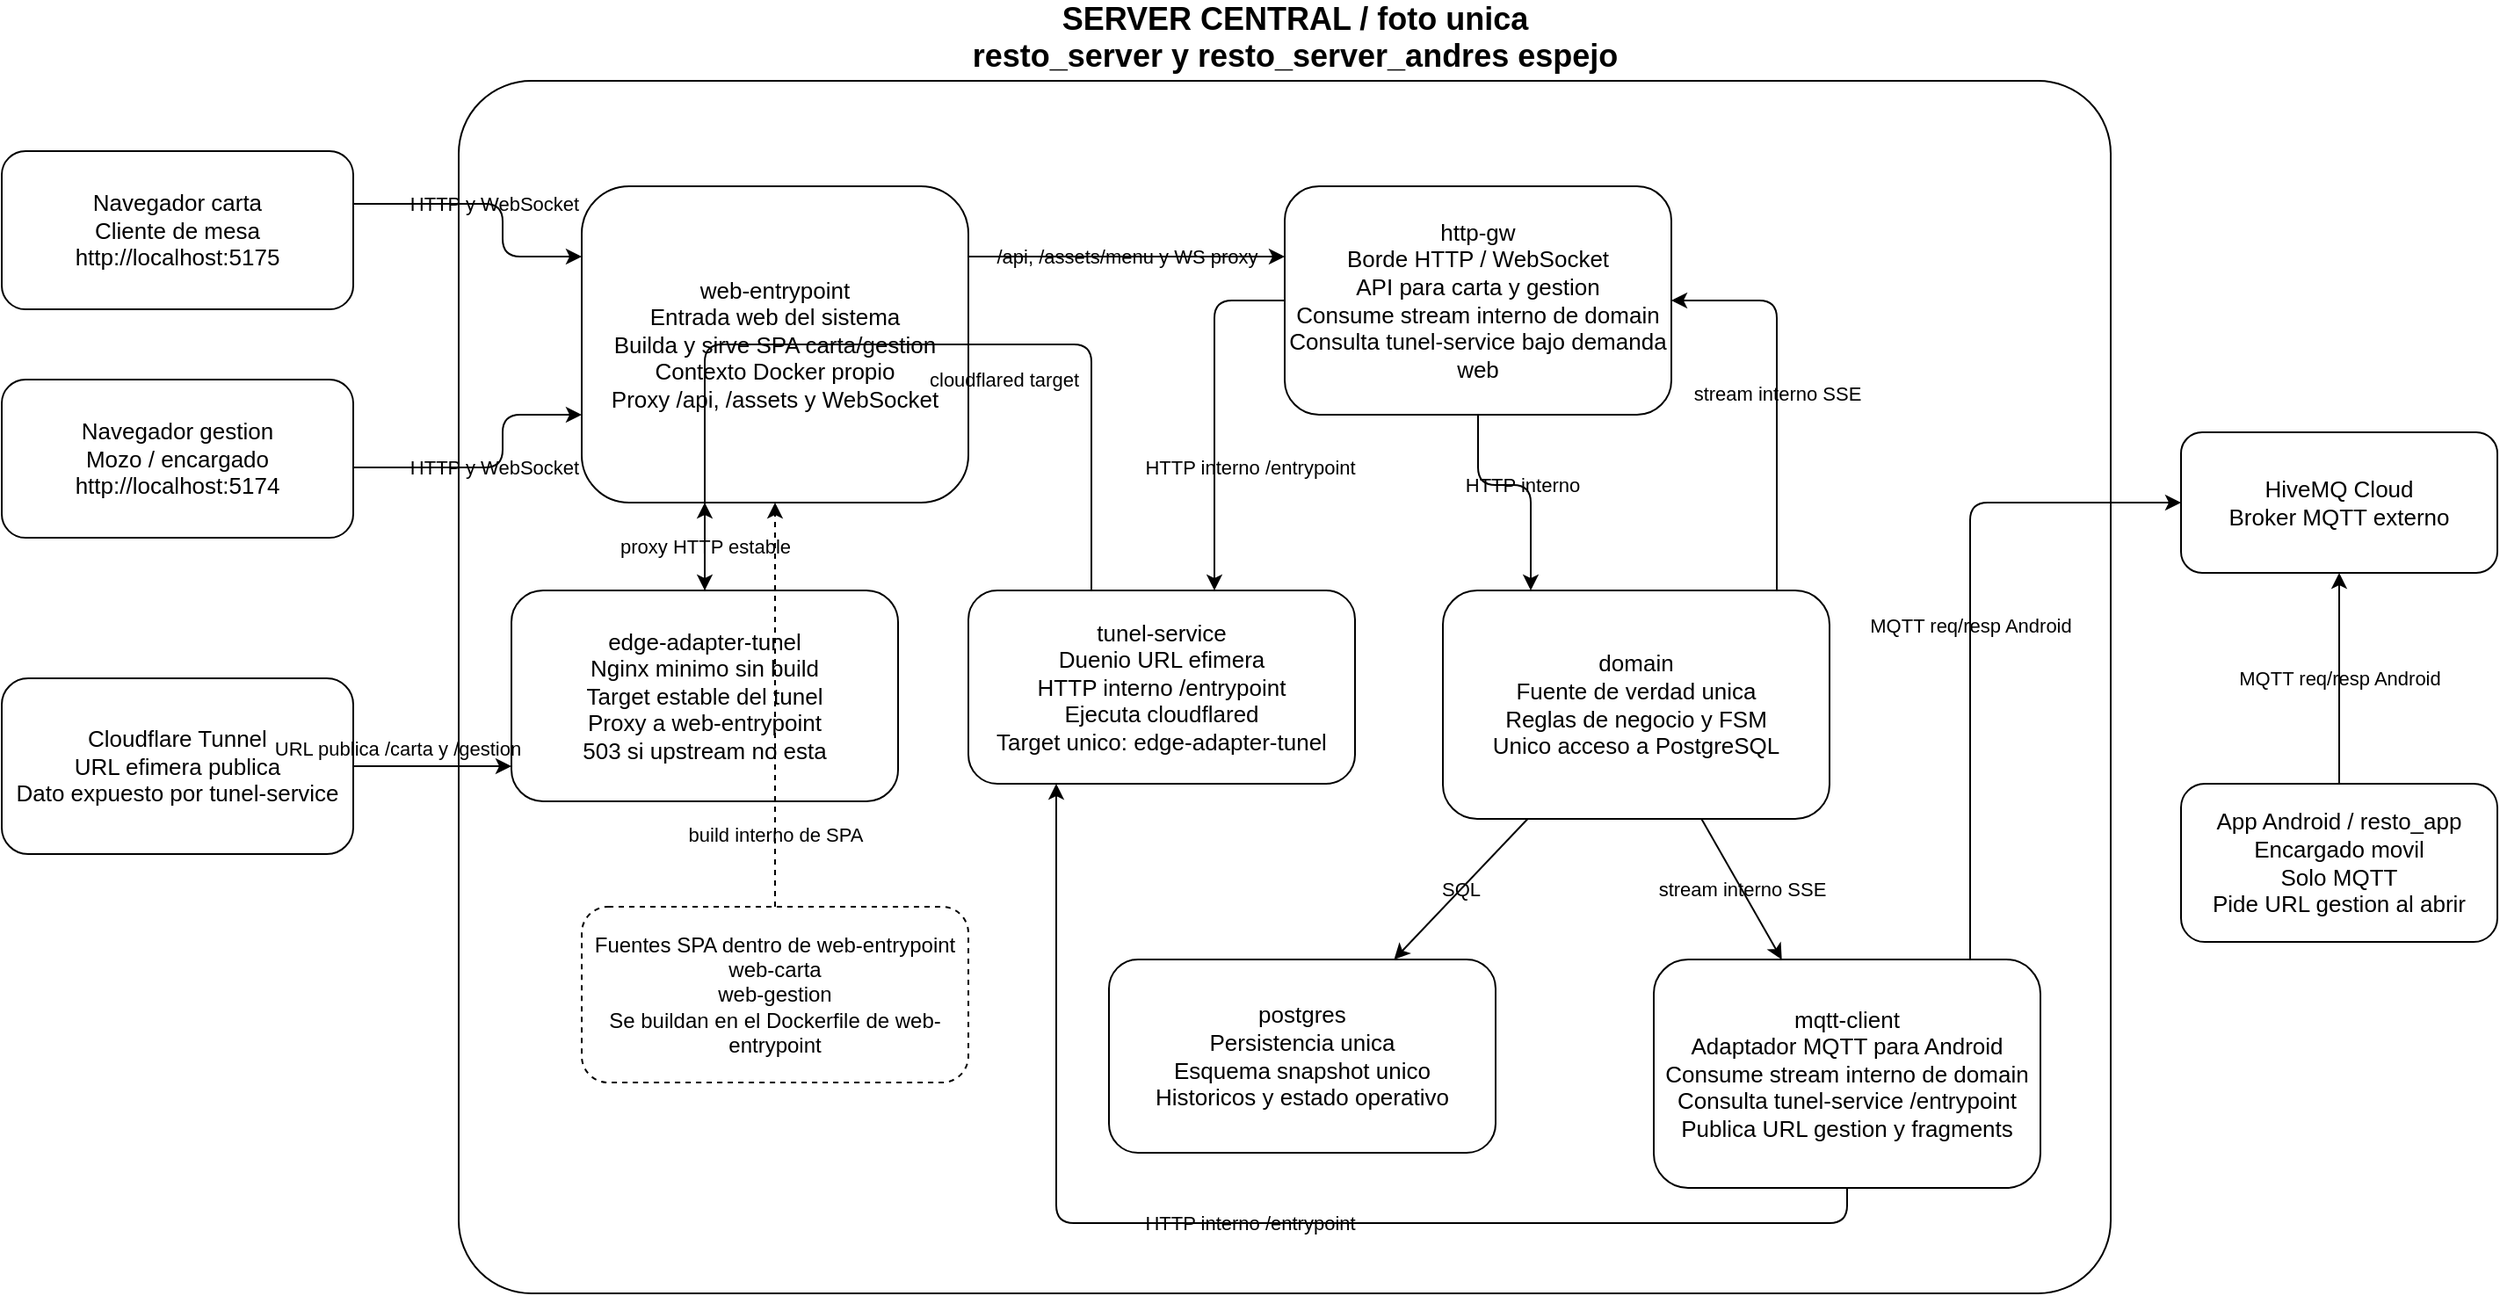
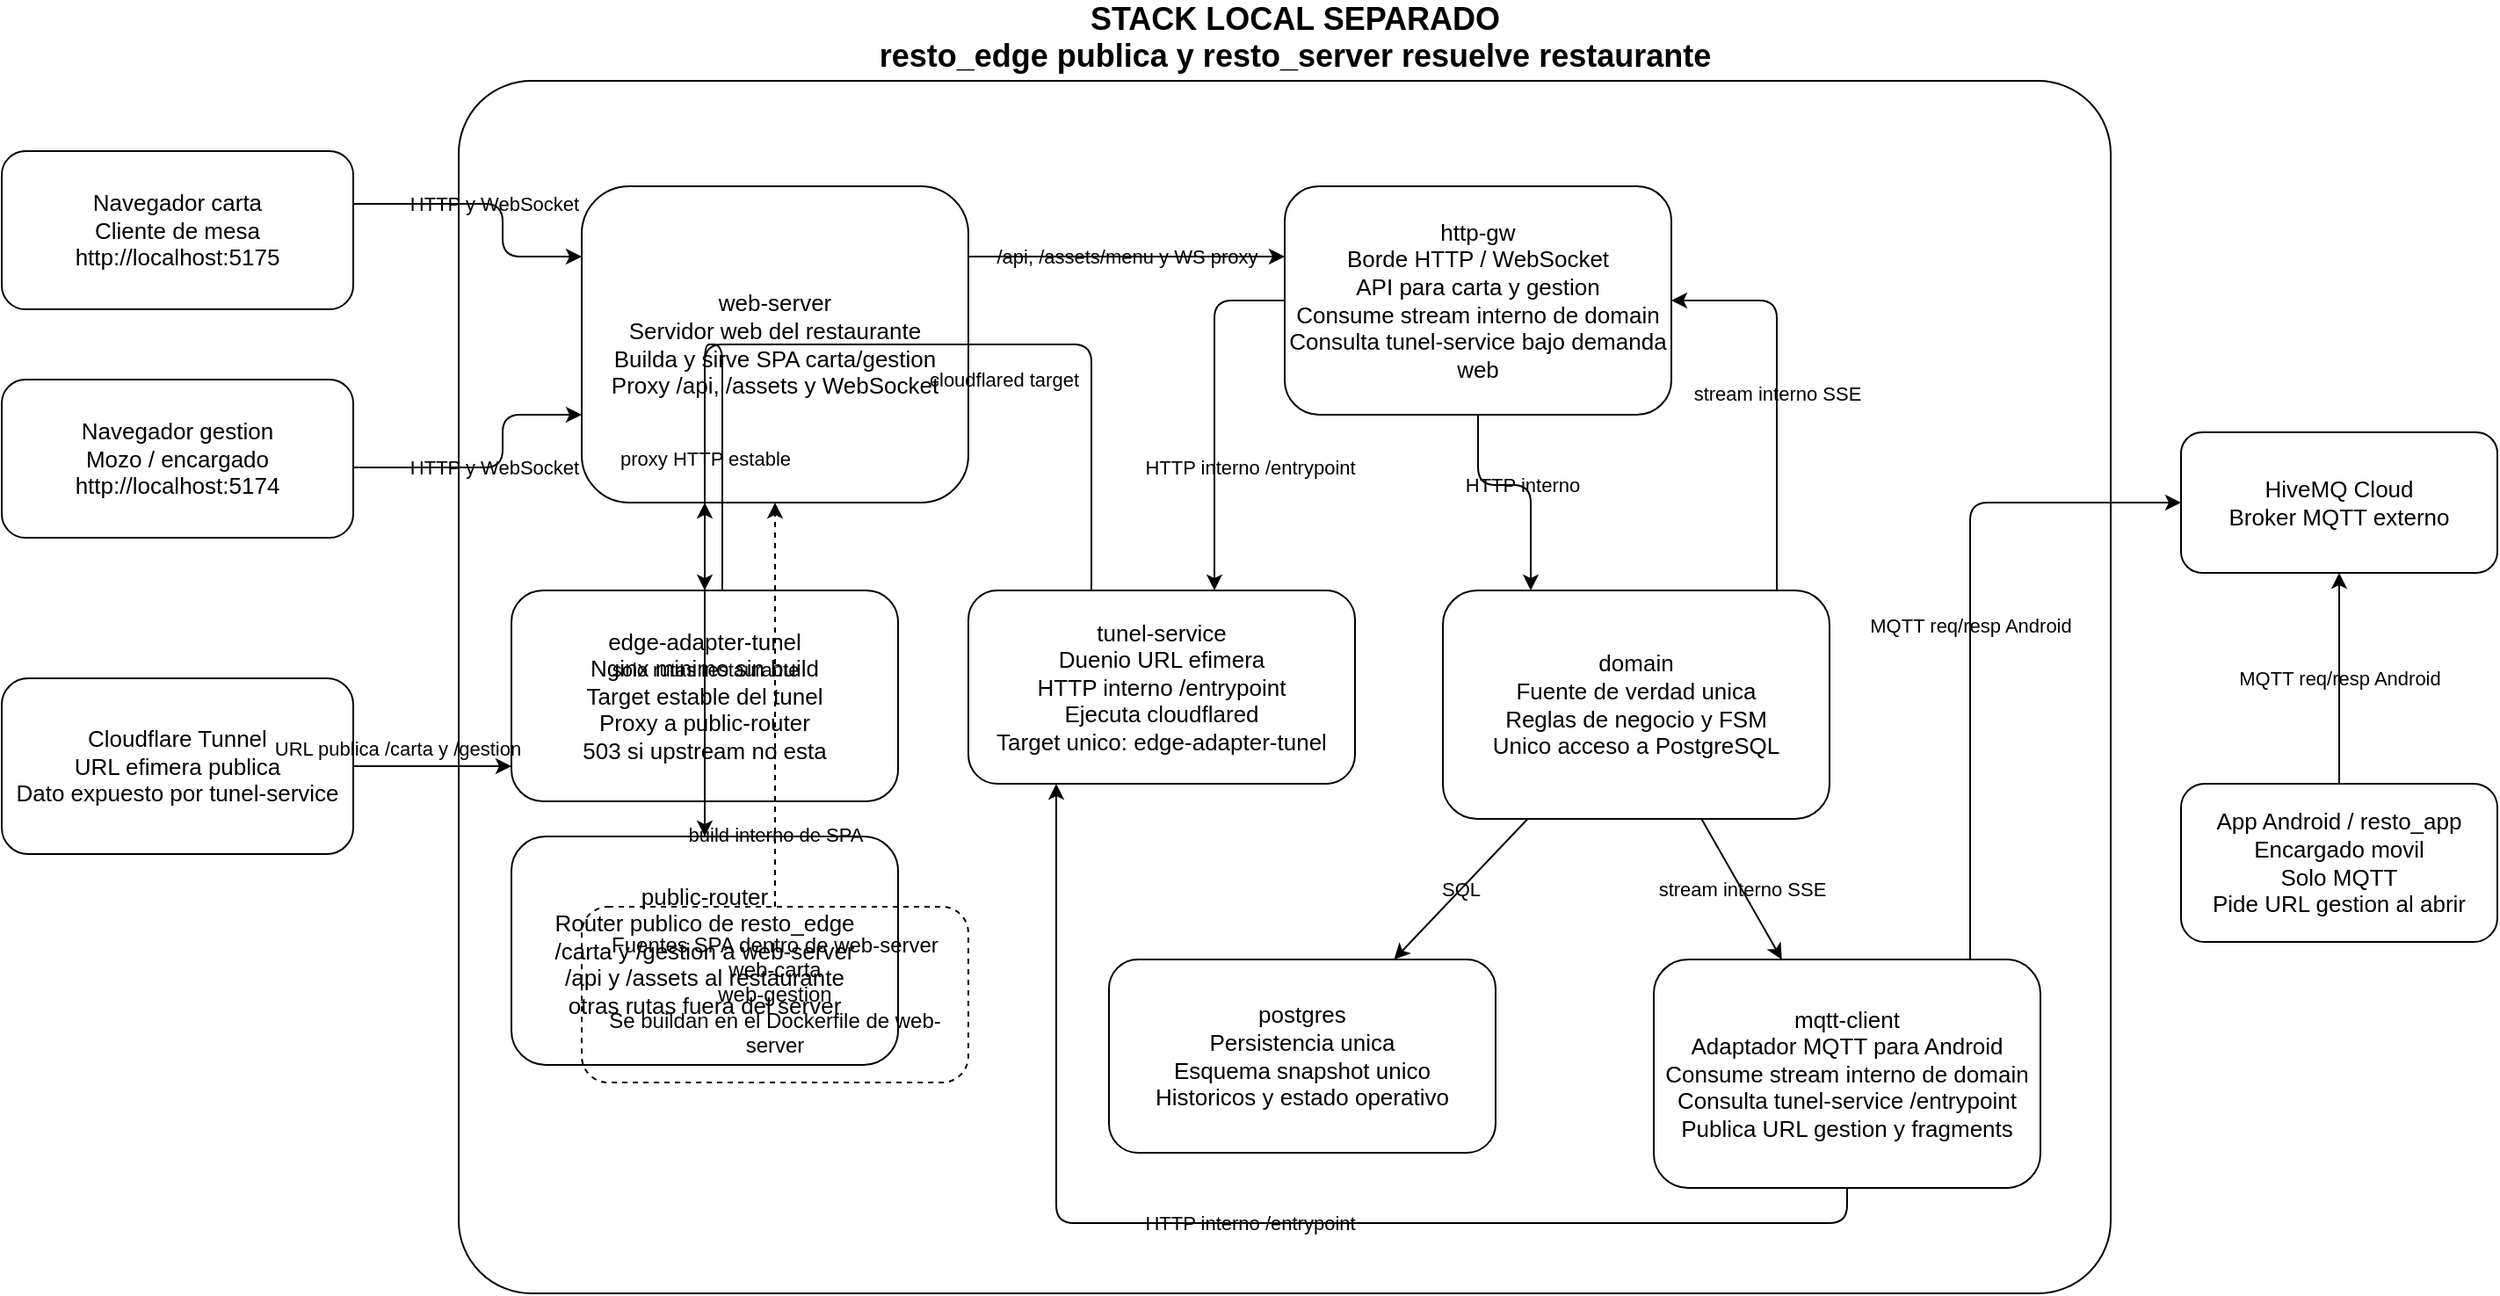
<mxfile host="Electron" agent="Mozilla/5.0 (Windows NT 10.0; Win64; x64) AppleWebKit/537.36 (KHTML, like Gecko) draw.io/29.6.6 Chrome/144.0.7559.236 Electron/40.8.4 Safari/537.36">
  <diagram id="arquitectura-server-central" name="Arquitectura">
    <mxGraphModel dx="1323" dy="814" grid="1" gridSize="10" guides="1" tooltips="1" connect="1" arrows="1" fold="1" page="1" pageScale="1" pageWidth="1600" pageHeight="1100" math="0" shadow="0">
      <root>
        <mxCell id="0" />
        <mxCell id="1" parent="0" />
-         <mxCell id="10" parent="1" style="rounded=1;whiteSpace=wrap;html=1;fontStyle=1;fontSize=18;align=center;spacingLeft=12;labelPosition=center;verticalLabelPosition=top;verticalAlign=bottom;perimeterSpacing=0;arcSize=6;labelBackgroundColor=none;fillColor=none;" value="SERVER CENTRAL / foto unica&#xa;resto_server y resto_server_andres espejo" vertex="1">
+         <mxCell id="10" parent="1" style="rounded=1;whiteSpace=wrap;html=1;fontStyle=1;fontSize=18;align=center;spacingLeft=12;labelPosition=center;verticalLabelPosition=top;verticalAlign=bottom;perimeterSpacing=0;arcSize=6;labelBackgroundColor=none;fillColor=none;" value="STACK LOCAL SEPARADO&#xa;resto_edge publica y resto_server resuelve restaurante" vertex="1">
          <mxGeometry height="690" width="940" x="270" y="100" as="geometry" />
        </mxCell>
        <mxCell id="20" parent="1" style="rounded=1;whiteSpace=wrap;html=1;fontSize=13;labelBackgroundColor=none;fillColor=none;" value="Navegador carta&#xa;Cliente de mesa&#xa;http://localhost:5175" vertex="1">
          <mxGeometry height="90" width="200" x="10" y="140" as="geometry" />
        </mxCell>
        <mxCell id="21" parent="1" style="rounded=1;whiteSpace=wrap;html=1;fontSize=13;labelBackgroundColor=none;fillColor=none;" value="Navegador gestion&#xa;Mozo / encargado&#xa;http://localhost:5174" vertex="1">
          <mxGeometry height="90" width="200" x="10" y="270" as="geometry" />
        </mxCell>
        <mxCell id="22" parent="1" style="rounded=1;whiteSpace=wrap;html=1;fontSize=13;labelBackgroundColor=none;fillColor=none;" value="Cloudflare Tunnel&#xa;URL efimera publica&#xa;Dato expuesto por tunel-service" vertex="1">
          <mxGeometry height="100" width="200" x="10" y="440" as="geometry" />
        </mxCell>
        <mxCell id="23" parent="1" style="rounded=1;whiteSpace=wrap;html=1;fontSize=13;labelBackgroundColor=none;fillColor=none;" value="HiveMQ Cloud&#xa;Broker MQTT externo" vertex="1">
          <mxGeometry height="80" width="180" x="1250" y="300" as="geometry" />
        </mxCell>
        <mxCell id="24" parent="1" style="rounded=1;whiteSpace=wrap;html=1;fontSize=13;labelBackgroundColor=none;fillColor=none;" value="App Android / resto_app&#xa;Encargado movil&#xa;Solo MQTT&#xa;Pide URL gestion al abrir" vertex="1">
          <mxGeometry height="90" width="180" x="1250" y="500" as="geometry" />
        </mxCell>
-         <mxCell id="30" parent="1" style="rounded=1;whiteSpace=wrap;html=1;fontSize=13;labelBackgroundColor=none;fillColor=none;" value="web-entrypoint&#xa;Entrada web del sistema&#xa;Builda y sirve SPA carta/gestion&#xa;Contexto Docker propio&#xa;Proxy /api, /assets y WebSocket" vertex="1">
+         <mxCell id="30" parent="1" style="rounded=1;whiteSpace=wrap;html=1;fontSize=13;labelBackgroundColor=none;fillColor=none;" value="web-server&#xa;Servidor web del restaurante&#xa;Builda y sirve SPA carta/gestion&#xa;Proxy /api, /assets y WebSocket" vertex="1">
          <mxGeometry height="180" width="220" x="340" y="160" as="geometry" />
        </mxCell>
        <mxCell id="31" parent="1" style="rounded=1;whiteSpace=wrap;html=1;fontSize=13;labelBackgroundColor=none;fillColor=none;" value="http-gw&#xa;Borde HTTP / WebSocket&#xa;API para carta y gestion&#xa;Consume stream interno de domain&#xa;Consulta tunel-service bajo demanda web" vertex="1">
          <mxGeometry height="130" width="220" x="740" y="160" as="geometry" />
        </mxCell>
        <mxCell id="32" parent="1" style="rounded=1;whiteSpace=wrap;html=1;fontSize=13;labelBackgroundColor=none;fillColor=none;" value="domain&#xa;Fuente de verdad unica&#xa;Reglas de negocio y FSM&#xa;Unico acceso a PostgreSQL" vertex="1">
          <mxGeometry height="130" width="220" x="830" y="390" as="geometry" />
        </mxCell>
        <mxCell id="33" parent="1" style="rounded=1;whiteSpace=wrap;html=1;fontSize=13;labelBackgroundColor=none;fillColor=none;" value="tunel-service&#xa;Duenio URL efimera&#xa;HTTP interno /entrypoint&#xa;Ejecuta cloudflared&#xa;Target unico: edge-adapter-tunel" vertex="1">
          <mxGeometry height="110" width="220" x="560" y="390" as="geometry" />
        </mxCell>
-         <mxCell id="37" parent="1" style="rounded=1;whiteSpace=wrap;html=1;fontSize=13;labelBackgroundColor=none;fillColor=none;" value="edge-adapter-tunel&#xa;Nginx minimo sin build&#xa;Target estable del tunel&#xa;Proxy a web-entrypoint&#xa;503 si upstream no esta" vertex="1">
+         <mxCell id="37" parent="1" style="rounded=1;whiteSpace=wrap;html=1;fontSize=13;labelBackgroundColor=none;fillColor=none;" value="edge-adapter-tunel&#xa;Nginx minimo sin build&#xa;Target estable del tunel&#xa;Proxy a public-router&#xa;503 si upstream no esta" vertex="1">
          <mxGeometry height="120" width="220" x="300" y="390" as="geometry" />
+         </mxCell>
+         <mxCell id="38" parent="1" style="rounded=1;whiteSpace=wrap;html=1;fontSize=13;labelBackgroundColor=none;fillColor=none;" value="public-router&#xa;Router publico de resto_edge&#xa;/carta y /gestion a web-server&#xa;/api y /assets al restaurante&#xa;otras rutas fuera del server" vertex="1">
+           <mxGeometry height="130" width="220" x="300" y="530" as="geometry" />
        </mxCell>
        <mxCell id="34" parent="1" style="rounded=1;whiteSpace=wrap;html=1;fontSize=13;labelBackgroundColor=none;fillColor=none;" value="mqtt-client&#xa;Adaptador MQTT para Android&#xa;Consume stream interno de domain&#xa;Consulta tunel-service /entrypoint&#xa;Publica URL gestion y fragments" vertex="1">
          <mxGeometry height="130" width="220" x="950" y="600" as="geometry" />
        </mxCell>
        <mxCell id="35" parent="1" style="rounded=1;whiteSpace=wrap;html=1;fontSize=13;labelBackgroundColor=none;fillColor=none;" value="postgres&#xa;Persistencia unica&#xa;Esquema snapshot unico&#xa;Historicos y estado operativo" vertex="1">
          <mxGeometry height="110" width="220" x="640" y="600" as="geometry" />
        </mxCell>
-         <mxCell id="36" parent="1" style="rounded=1;whiteSpace=wrap;html=1;dashed=1;fontSize=12;labelBackgroundColor=none;fillColor=none;" value="Fuentes SPA dentro de web-entrypoint&#xa;web-carta&#xa;web-gestion&#xa;Se buildan en el Dockerfile de web-entrypoint" vertex="1">
+         <mxCell id="36" parent="1" style="rounded=1;whiteSpace=wrap;html=1;dashed=1;fontSize=12;labelBackgroundColor=none;fillColor=none;" value="Fuentes SPA dentro de web-server&#xa;web-carta&#xa;web-gestion&#xa;Se buildan en el Dockerfile de web-server" vertex="1">
          <mxGeometry height="100" width="220" x="340" y="570" as="geometry" />
        </mxCell>
        <mxCell id="100" edge="1" parent="1" source="20" style="edgeStyle=orthogonalEdgeStyle;rounded=1;html=1;fontColor=default;fontSize=11;labelBackgroundColor=none;fillColor=none;" target="30" value="HTTP y WebSocket">
          <mxGeometry relative="1" as="geometry">
            <Array as="points">
              <mxPoint x="295" y="170" />
              <mxPoint x="295" y="200" />
            </Array>
          </mxGeometry>
        </mxCell>
        <mxCell id="101" edge="1" parent="1" source="21" style="edgeStyle=orthogonalEdgeStyle;rounded=1;html=1;fontColor=default;fontSize=11;labelBackgroundColor=none;fillColor=none;" target="30" value="HTTP y WebSocket">
          <mxGeometry relative="1" as="geometry">
            <Array as="points">
              <mxPoint x="295" y="320" />
              <mxPoint x="295" y="290" />
            </Array>
          </mxGeometry>
        </mxCell>
        <mxCell id="102" edge="1" parent="1" source="22" style="edgeStyle=orthogonalEdgeStyle;rounded=1;html=1;fontColor=default;fontSize=11;labelBackgroundColor=none;fillColor=none;" target="37" value="URL publica /carta y /gestion">
          <mxGeometry relative="1" x="-0.4444" y="10" as="geometry">
            <mxPoint as="offset" />
            <Array as="points">
              <mxPoint x="390" y="480" />
            </Array>
          </mxGeometry>
        </mxCell>
        <mxCell id="103" edge="1" parent="1" source="33" style="edgeStyle=orthogonalEdgeStyle;rounded=1;html=1;fontColor=default;fontSize=11;labelBackgroundColor=none;fillColor=none;" target="37" value="cloudflared target">
          <mxGeometry relative="1" x="-0.2381" y="20" as="geometry">
            <mxPoint as="offset" />
            <Array as="points">
              <mxPoint x="630" y="250" />
            </Array>
          </mxGeometry>
        </mxCell>
-         <mxCell id="114" edge="1" parent="1" source="37" style="edgeStyle=orthogonalEdgeStyle;rounded=1;html=1;fontColor=default;fontSize=11;labelBackgroundColor=none;fillColor=none;" target="30" value="proxy HTTP estable">
+         <mxCell id="114" edge="1" parent="1" source="37" style="edgeStyle=orthogonalEdgeStyle;rounded=1;html=1;fontColor=default;fontSize=11;labelBackgroundColor=none;fillColor=none;" target="38" value="proxy HTTP estable">
+           <mxGeometry relative="1" as="geometry">
+             <Array as="points">
+               <mxPoint x="420" y="250" />
+             </Array>
+           </mxGeometry>
+         </mxCell>
+         <mxCell id="115" edge="1" parent="1" source="38" style="edgeStyle=orthogonalEdgeStyle;rounded=1;html=1;fontColor=default;fontSize=11;labelBackgroundColor=none;fillColor=none;" target="30" value="solo rutas restaurante">
          <mxGeometry relative="1" as="geometry">
            <Array as="points">
              <mxPoint x="420" y="250" />
            </Array>
          </mxGeometry>
        </mxCell>
        <mxCell id="104" edge="1" parent="1" source="30" style="edgeStyle=orthogonalEdgeStyle;rounded=1;html=1;fontColor=default;fontSize=11;labelBackgroundColor=none;fillColor=none;" target="31" value="/api, /assets/menu y WS proxy">
          <mxGeometry relative="1" as="geometry">
            <Array as="points">
              <mxPoint x="640" y="200" />
              <mxPoint x="640" y="200" />
            </Array>
          </mxGeometry>
        </mxCell>
        <mxCell id="105" edge="1" parent="1" source="31" style="edgeStyle=orthogonalEdgeStyle;rounded=1;html=1;fontColor=default;fontSize=11;labelBackgroundColor=none;fillColor=none;" target="32" value="HTTP interno">
          <mxGeometry relative="1" as="geometry">
            <Array as="points">
              <mxPoint x="850" y="330" />
              <mxPoint x="880" y="330" />
            </Array>
          </mxGeometry>
        </mxCell>
        <mxCell id="106" edge="1" parent="1" source="32" style="rounded=1;html=1;fontColor=default;fontSize=11;labelBackgroundColor=none;fillColor=none;" target="35" value="SQL">
          <mxGeometry relative="1" as="geometry" />
        </mxCell>
        <mxCell id="107" edge="1" parent="1" source="32" style="edgeStyle=orthogonalEdgeStyle;rounded=1;html=1;fontColor=default;fontSize=11;labelBackgroundColor=none;fillColor=none;" target="31" value="stream interno SSE">
          <mxGeometry relative="1" as="geometry">
            <Array as="points">
              <mxPoint x="1020" y="225" />
            </Array>
          </mxGeometry>
        </mxCell>
        <mxCell id="108" edge="1" parent="1" source="32" style="rounded=1;html=1;fontColor=default;fontSize=11;labelBackgroundColor=none;fillColor=none;" target="34" value="stream interno SSE">
          <mxGeometry relative="1" as="geometry" />
        </mxCell>
        <mxCell id="109" edge="1" parent="1" source="34" style="edgeStyle=orthogonalEdgeStyle;rounded=1;html=1;fontColor=default;fontSize=11;labelBackgroundColor=none;fillColor=none;" target="23" value="MQTT req/resp Android">
          <mxGeometry relative="1" as="geometry">
            <Array as="points">
              <mxPoint x="1130" y="340" />
            </Array>
          </mxGeometry>
        </mxCell>
        <mxCell id="110" edge="1" parent="1" source="24" style="edgeStyle=orthogonalEdgeStyle;rounded=1;html=1;fontColor=default;fontSize=11;labelBackgroundColor=none;fillColor=none;" target="23" value="MQTT req/resp Android">
          <mxGeometry relative="1" as="geometry">
            <Array as="points">
              <mxPoint x="1340" y="480" />
              <mxPoint x="1340" y="480" />
            </Array>
          </mxGeometry>
        </mxCell>
        <mxCell id="111" edge="1" parent="1" source="36" style="edgeStyle=orthogonalEdgeStyle;rounded=1;html=1;fontColor=default;fontSize=11;dashed=1;labelBackgroundColor=none;fillColor=none;" target="30" value="build interno de SPA">
          <mxGeometry relative="1" x="-0.6429" as="geometry">
            <mxPoint as="offset" />
            <Array as="points">
              <mxPoint x="450" y="460" />
              <mxPoint x="450" y="460" />
            </Array>
          </mxGeometry>
        </mxCell>
        <mxCell id="112" edge="1" parent="1" source="34" style="edgeStyle=orthogonalEdgeStyle;rounded=1;html=1;fontColor=default;fontSize=11;labelBackgroundColor=none;fillColor=none;" target="33" value="HTTP interno /entrypoint">
          <mxGeometry relative="1" as="geometry">
            <Array as="points">
              <mxPoint x="1060" y="750" />
              <mxPoint x="610" y="750" />
            </Array>
          </mxGeometry>
        </mxCell>
        <mxCell id="113" edge="1" parent="1" source="31" style="edgeStyle=orthogonalEdgeStyle;rounded=1;html=1;fontColor=default;fontSize=11;labelBackgroundColor=none;fillColor=none;" target="33" value="HTTP interno /entrypoint">
          <mxGeometry relative="1" x="0.3172" y="20" as="geometry">
            <mxPoint as="offset" />
            <Array as="points">
              <mxPoint x="700" y="225" />
            </Array>
          </mxGeometry>
        </mxCell>
      </root>
    </mxGraphModel>
  </diagram>
</mxfile>
